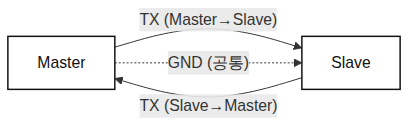
Woodong02/SoC_Design_and_Programming keeps this Mermaid diagram as diagrams/phy_wiring.png. Above is the earlier version. Its source is kept beside it as diagrams/phy_wiring.mmd.
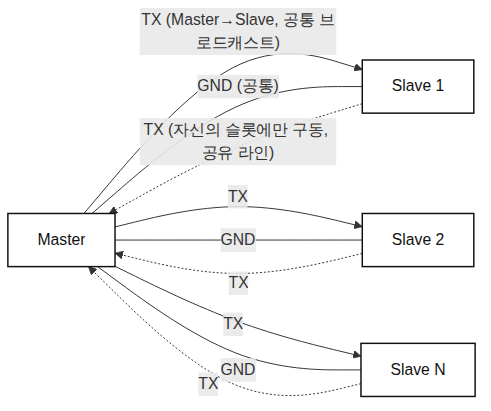
The same file after the commit.

What changed in the source:
```diff
@@ -1,9 +1,20 @@
 flowchart LR
     M["Master"]
-    S["Slave"]
-    M -->|"TX (Master→Slave)"| S
-    S -->|"TX (Slave→Master)"| M
-    M -.->|"GND (공통)"| S
+    S1["Slave 1"]
+    S2["Slave 2"]
+    SN["Slave N"]
+
+    M -->|"TX (Master→Slave, 공통 브로드캐스트)"| S1
+    M -->|"TX"| S2
+    M -->|"TX"| SN
+    S1 -.->|"TX (자신의 슬롯에만 구동, 공유 라인)"| M
+    S2 -.->|"TX"| M
+    SN -.->|"TX"| M
+    M ---|"GND (공통)"| S1
+    M ---|"GND"| S2
+    M ---|"GND"| SN
 
     style M fill:#FFFFFF,stroke:#111111,stroke-width:1.5px,color:#111111
-    style S fill:#FFFFFF,stroke:#111111,stroke-width:1.5px,color:#111111
+    style S1 fill:#FFFFFF,stroke:#111111,stroke-width:1.5px,color:#111111
+    style S2 fill:#FFFFFF,stroke:#111111,stroke-width:1.5px,color:#111111
+    style SN fill:#FFFFFF,stroke:#111111,stroke-width:1.5px,color:#111111
```
